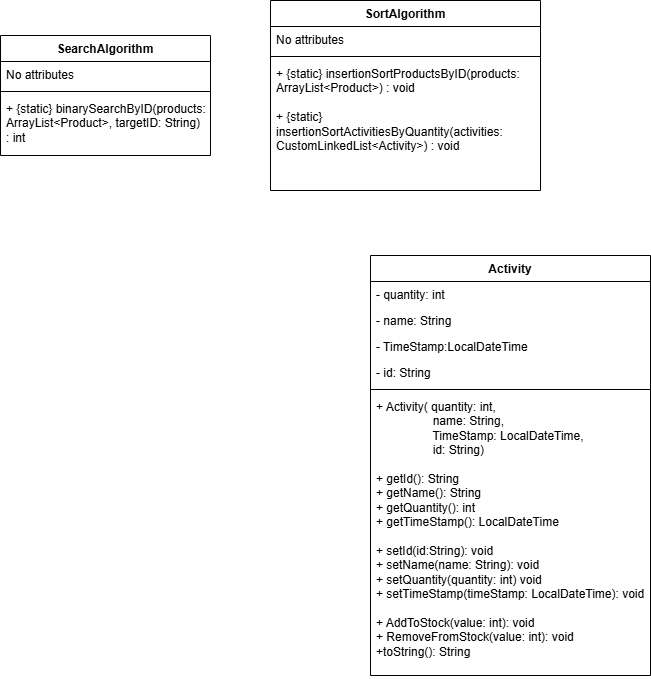
The draw.io diagram SupermarketMangementSystemUMLdiagram.drawio.png in helgabear26/CS5003-Coursework1-Supermarket-Project, before a commit. Source tidied: cells renumbered, new cells last; positions are measured from the earlier drawing's top-left corner, leaving out a move shared by most shapes.
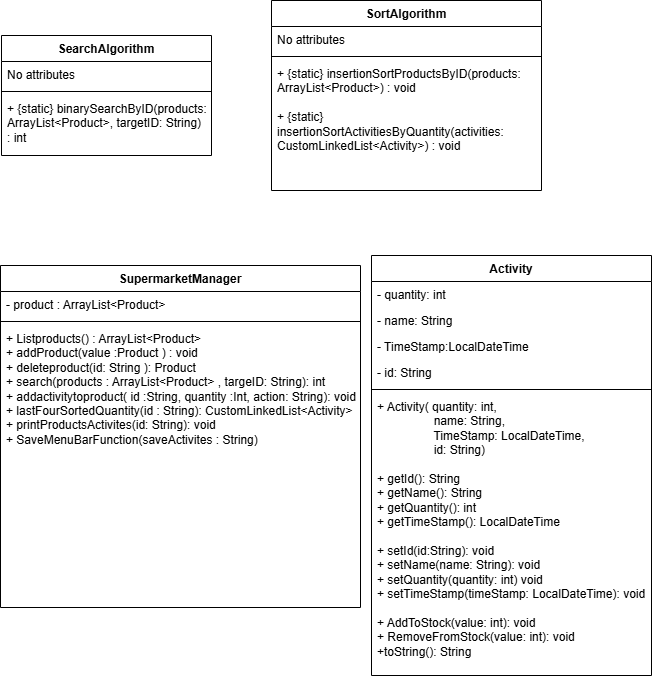
Later version of the same file.

Diff of the diagram source:
```diff
@@ -47,5 +47,17 @@
     <mxCell id="16" value="+ Activity( quantity: int,&lt;div&gt;&lt;span style=&quot;white-space: pre;&quot;&gt;&#9;&lt;/span&gt;&lt;span style=&quot;white-space: pre;&quot;&gt;&#9;&lt;/span&gt;&amp;nbsp;name: String,&amp;nbsp;&lt;/div&gt;&lt;div&gt;&lt;span style=&quot;white-space: pre;&quot;&gt;&#9;&lt;/span&gt;&lt;span style=&quot;white-space: pre;&quot;&gt;&#9;&lt;/span&gt;&amp;nbsp;TimeStamp: LocalDateTime,&lt;/div&gt;&lt;div&gt;&lt;span style=&quot;white-space: pre;&quot;&gt;&#9;&lt;/span&gt;&lt;span style=&quot;white-space: pre;&quot;&gt;&#9;&lt;/span&gt;&amp;nbsp;id: String)&lt;/div&gt;&lt;div&gt;&lt;br&gt;&lt;/div&gt;&lt;div&gt;+ getId(): String&lt;/div&gt;&lt;div&gt;+ getName(): String&lt;/div&gt;&lt;div&gt;+ getQuantity(): int&lt;/div&gt;&lt;div&gt;+ getTimeStamp(): LocalDateTime&lt;/div&gt;&lt;div&gt;&lt;br&gt;&lt;/div&gt;&lt;div&gt;+ setId(id:String): void&lt;/div&gt;&lt;div&gt;+ setName(name: String): void&lt;/div&gt;&lt;div&gt;+ setQuantity(quantity: int) void&lt;/div&gt;&lt;div&gt;+ setTimeStamp(timeStamp: LocalDateTime): void&lt;/div&gt;&lt;div&gt;&lt;br&gt;&lt;/div&gt;&lt;div&gt;+ AddToStock(value: int): void&lt;/div&gt;&lt;div&gt;+ RemoveFromStock(value: int): void&lt;/div&gt;&lt;div&gt;+toString(): String&lt;/div&gt;&lt;div&gt;&lt;br&gt;&lt;/div&gt;&lt;div&gt;&lt;br&gt;&lt;/div&gt;" style="text;strokeColor=none;fillColor=none;align=left;verticalAlign=top;spacingLeft=4;spacingRight=4;overflow=hidden;whiteSpace=wrap;html=1;" parent="10" vertex="1">
       <mxGeometry y="138" width="280" height="282" as="geometry" />
     </mxCell>
+    <mxCell id="17" value="SupermarketManager" style="swimlane;fontStyle=1;align=center;verticalAlign=top;horizontal=1;startSize=26;whiteSpace=wrap;html=1;" parent="1" vertex="1">
+      <mxGeometry x="-1" y="265" width="360" height="342" as="geometry" />
+    </mxCell>
+    <mxCell id="18" value="- product : ArrayList&amp;lt;Product&amp;gt;" style="text;strokeColor=none;fillColor=none;align=left;verticalAlign=top;spacingLeft=4;spacingRight=4;overflow=hidden;whiteSpace=wrap;html=1;" parent="17" vertex="1">
+      <mxGeometry y="26" width="360" height="26" as="geometry" />
+    </mxCell>
+    <mxCell id="19" style="line;strokeWidth=1;fillColor=none;align=left;verticalAlign=middle;spacingTop=-1;spacingLeft=3;spacingRight=3;labelPosition=right;strokeColor=inherit;" parent="17" vertex="1">
+      <mxGeometry y="52" width="360" height="8" as="geometry" />
+    </mxCell>
+    <mxCell id="20" value="+ Listproducts() : ArrayList&amp;lt;Product&amp;gt;&lt;div&gt;+ addProduct(value :&lt;span style=&quot;background-color: transparent; color: light-dark(rgb(0, 0, 0), rgb(255, 255, 255));&quot;&gt;Product&lt;/span&gt;&lt;span style=&quot;background-color: transparent; color: light-dark(rgb(0, 0, 0), rgb(255, 255, 255));&quot;&gt;&amp;nbsp;&lt;/span&gt;&lt;span style=&quot;background-color: transparent; color: light-dark(rgb(0, 0, 0), rgb(255, 255, 255));&quot;&gt;) : void&lt;/span&gt;&lt;/div&gt;&lt;div&gt;+ deleteproduct(id:&amp;nbsp;&lt;span style=&quot;background-color: transparent; color: light-dark(rgb(0, 0, 0), rgb(255, 255, 255));&quot;&gt;String&lt;/span&gt;&lt;span style=&quot;background-color: transparent; color: light-dark(rgb(0, 0, 0), rgb(255, 255, 255));&quot;&gt;&amp;nbsp;&lt;/span&gt;&lt;span style=&quot;background-color: transparent; color: light-dark(rgb(0, 0, 0), rgb(255, 255, 255));&quot;&gt;): Product&lt;/span&gt;&lt;/div&gt;&lt;div&gt;+ search(products :&amp;nbsp;&lt;span style=&quot;background-color: transparent; color: light-dark(rgb(0, 0, 0), rgb(255, 255, 255));&quot;&gt;ArrayList&amp;lt;Product&amp;gt;&lt;/span&gt;&lt;span style=&quot;background-color: transparent; color: light-dark(rgb(0, 0, 0), rgb(255, 255, 255));&quot;&gt;&amp;nbsp;&lt;/span&gt;&lt;span style=&quot;background-color: transparent; color: light-dark(rgb(0, 0, 0), rgb(255, 255, 255));&quot;&gt;, targeID:&amp;nbsp;&lt;/span&gt;&lt;span style=&quot;background-color: transparent; color: light-dark(rgb(0, 0, 0), rgb(255, 255, 255));&quot;&gt;String)&lt;/span&gt;&lt;span style=&quot;background-color: transparent; color: light-dark(rgb(0, 0, 0), rgb(255, 255, 255));&quot;&gt;: int&lt;/span&gt;&lt;/div&gt;&lt;div&gt;+ addactivitytoproduct( id :&lt;span style=&quot;background-color: transparent; color: light-dark(rgb(0, 0, 0), rgb(255, 255, 255));&quot;&gt;String&lt;/span&gt;&lt;span style=&quot;background-color: transparent; color: light-dark(rgb(0, 0, 0), rgb(255, 255, 255));&quot;&gt;, quantity :Int, action:&amp;nbsp;&lt;/span&gt;&lt;span style=&quot;background-color: transparent; color: light-dark(rgb(0, 0, 0), rgb(255, 255, 255));&quot;&gt;String&lt;/span&gt;&lt;span style=&quot;background-color: transparent; color: light-dark(rgb(0, 0, 0), rgb(255, 255, 255));&quot;&gt;): void&lt;/span&gt;&lt;/div&gt;&lt;div&gt;+ lastFourSortedQuantity(id :&amp;nbsp;&lt;span style=&quot;background-color: transparent; color: light-dark(rgb(0, 0, 0), rgb(255, 255, 255));&quot;&gt;String&lt;/span&gt;&lt;span style=&quot;background-color: transparent; color: light-dark(rgb(0, 0, 0), rgb(255, 255, 255));&quot;&gt;): CustomLinkedList&amp;lt;Activity&amp;gt;&lt;/span&gt;&lt;/div&gt;&lt;div&gt;+ printProductsActivites(id: String): void&lt;/div&gt;&lt;div&gt;+ SaveMenuBarFunction(saveActivites : String)&lt;/div&gt;&lt;div&gt;&lt;br&gt;&lt;/div&gt;&lt;div&gt;&lt;br&gt;&lt;/div&gt;" style="text;strokeColor=none;fillColor=none;align=left;verticalAlign=top;spacingLeft=4;spacingRight=4;overflow=hidden;whiteSpace=wrap;html=1;" parent="17" vertex="1">
+      <mxGeometry y="60" width="360" height="282" as="geometry" />
+    </mxCell>
   </root>
 </mxGraphModel>
```
